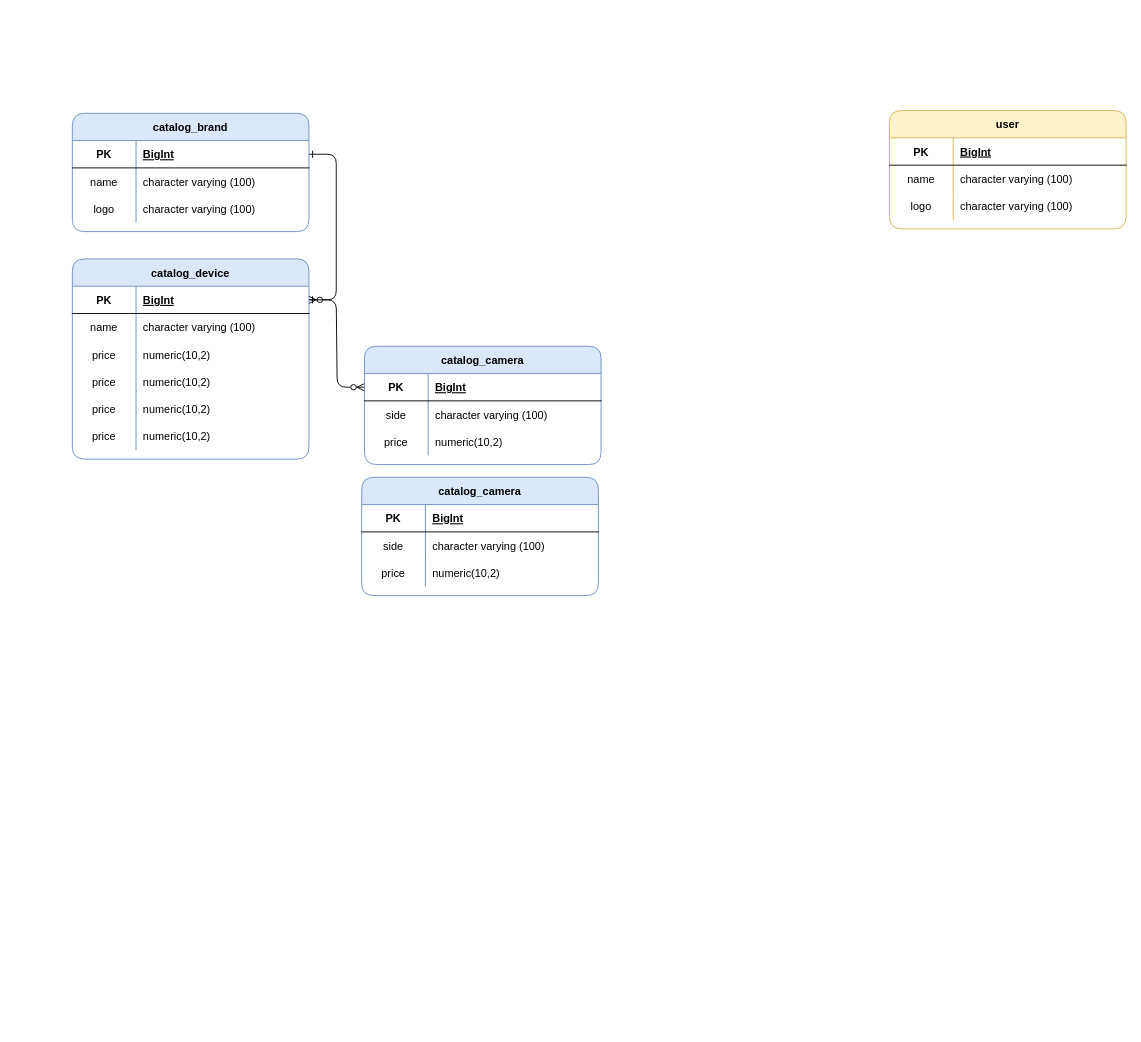
uzmonfire/erds keeps this draw.io diagram as Untitled Diagram.drawio. Above is the earlier version. Source tidied: cells renumbered, new cells numbered last; positions are measured from the earlier drawing's top-left corner, leaving out a move shared by most shapes. Both pictures are drawn from the tidied source at 91%, with x=0, y=0 at pixel (72, 110).
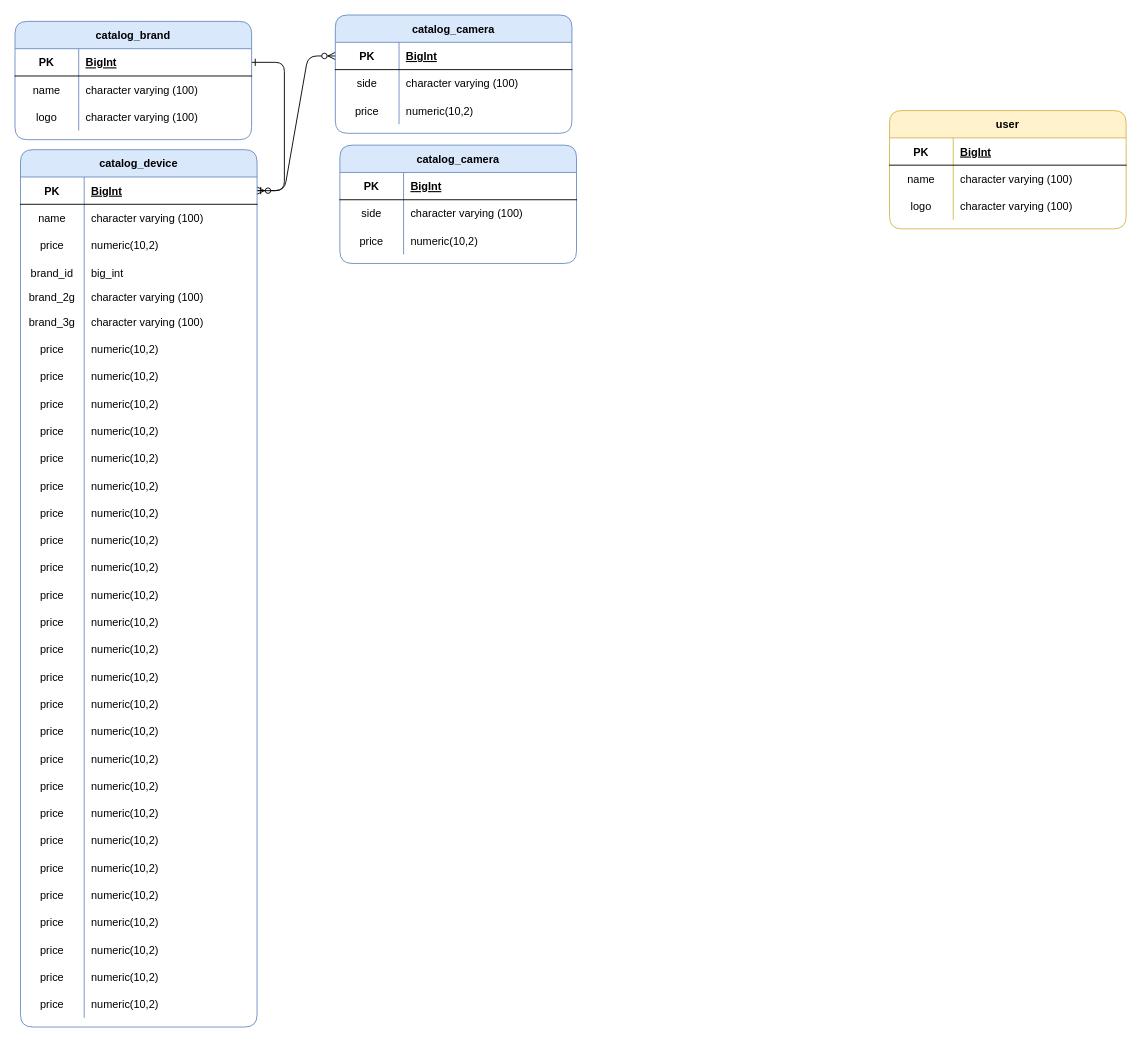
The same diagram, later.

Unchanged cells that the change refers to:
```xml
<mxCell id="24" style="shape=partialRectangle;fillColor=none;top=0;left=0;right=0;bottom=0;" parent="14" vertex="1">
  <mxGeometry y="120" width="260" height="30" as="geometry" />
</mxCell>
```

Diff of the diagram source:
```diff
@@
     <mxCell id="4" value="catalog_brand" style="shape=table;startSize=30;childLayout=tableLayout;rowLines=0;fontStyle=1;align=center;rounded=1;fillColor=#dae8fc;strokeColor=#6c8ebf;" parent="1" vertex="1">
-      <mxGeometry y="3" width="260" height="130" as="geometry" />
+      <mxGeometry x="-63" y="-98" width="260" height="130" as="geometry" />
     </mxCell>
@@
     <mxCell id="14" value="catalog_device" style="shape=table;startSize=30;childLayout=tableLayout;rowLines=0;fontStyle=1;align=center;rounded=1;fillColor=#dae8fc;strokeColor=#6c8ebf;" parent="1" vertex="1">
-      <mxGeometry y="163" width="260" height="220" as="geometry" />
+      <mxGeometry x="-57" y="43" width="260" height="964.1" as="geometry" />
     </mxCell>
@@
-    <mxCell id="25" value="price" style="shape=partialRectangle;overflow=hidden;fillColor=none;top=0;left=0;bottom=0;right=0;" parent="24" vertex="1">
+    <mxCell id="25" value="brand_id" style="shape=partialRectangle;overflow=hidden;fillColor=none;top=0;left=0;bottom=0;right=0;" parent="24" vertex="1">
       <mxGeometry width="70" height="30" as="geometry" />
     </mxCell>
-    <mxCell id="26" value="numeric(10,2)" style="shape=partialRectangle;overflow=hidden;fillColor=none;top=0;left=0;bottom=0;right=0;align=left;spacingLeft=6;" parent="24" vertex="1">
+    <mxCell id="26" value="big_int" style="shape=partialRectangle;overflow=hidden;fillColor=none;top=0;left=0;bottom=0;right=0;align=left;spacingLeft=6;" parent="24" vertex="1">
       <mxGeometry x="70" width="190" height="30" as="geometry" />
     </mxCell>
     <mxCell id="27" style="shape=partialRectangle;fillColor=none;top=0;left=0;right=0;bottom=0;" parent="14" vertex="1">
-      <mxGeometry y="150" width="260" height="30" as="geometry" />
+      <mxGeometry y="150" width="260" height="24" as="geometry" />
     </mxCell>
-    <mxCell id="28" value="price" style="shape=partialRectangle;overflow=hidden;fillColor=none;top=0;left=0;bottom=0;right=0;" parent="27" vertex="1">
-      <mxGeometry width="70" height="30" as="geometry" />
+    <mxCell id="28" value="brand_2g" style="shape=partialRectangle;overflow=hidden;fillColor=none;top=0;left=0;bottom=0;right=0;" parent="27" vertex="1">
+      <mxGeometry width="70" height="24" as="geometry" />
     </mxCell>
-    <mxCell id="29" value="numeric(10,2)" style="shape=partialRectangle;overflow=hidden;fillColor=none;top=0;left=0;bottom=0;right=0;align=left;spacingLeft=6;" parent="27" vertex="1">
-      <mxGeometry x="70" width="190" height="30" as="geometry" />
+    <mxCell id="29" value="character varying (100)" style="shape=partialRectangle;overflow=hidden;fillColor=none;top=0;left=0;bottom=0;right=0;align=left;spacingLeft=6;" parent="27" vertex="1">
+      <mxGeometry x="70" width="190" height="24" as="geometry" />
     </mxCell>
     <mxCell id="30" style="shape=partialRectangle;fillColor=none;top=0;left=0;right=0;bottom=0;" parent="14" vertex="1">
-      <mxGeometry y="180" width="260" height="30" as="geometry" />
+      <mxGeometry y="174" width="260" height="30" as="geometry" />
     </mxCell>
-    <mxCell id="31" value="price" style="shape=partialRectangle;overflow=hidden;fillColor=none;top=0;left=0;bottom=0;right=0;" parent="30" vertex="1">
+    <mxCell id="31" value="brand_3g" style="shape=partialRectangle;overflow=hidden;fillColor=none;top=0;left=0;bottom=0;right=0;" parent="30" vertex="1">
       <mxGeometry width="70" height="30" as="geometry" />
     </mxCell>
-    <mxCell id="32" value="numeric(10,2)" style="shape=partialRectangle;overflow=hidden;fillColor=none;top=0;left=0;bottom=0;right=0;align=left;spacingLeft=6;" parent="30" vertex="1">
+    <mxCell id="32" value="character varying (100)" style="shape=partialRectangle;overflow=hidden;fillColor=none;top=0;left=0;bottom=0;right=0;align=left;spacingLeft=6;" parent="30" vertex="1">
       <mxGeometry x="70" width="190" height="30" as="geometry" />
     </mxCell>
+    <mxCell id="63" style="shape=partialRectangle;fillColor=none;top=0;left=0;right=0;bottom=0;" parent="14" vertex="1">
+      <mxGeometry y="204" width="260" height="30" as="geometry" />
+    </mxCell>
+    <mxCell id="64" value="price" style="shape=partialRectangle;overflow=hidden;fillColor=none;top=0;left=0;bottom=0;right=0;" parent="63" vertex="1">
+      <mxGeometry width="70" height="30" as="geometry" />
+    </mxCell>
+    <mxCell id="65" value="numeric(10,2)" style="shape=partialRectangle;overflow=hidden;fillColor=none;top=0;left=0;bottom=0;right=0;align=left;spacingLeft=6;" parent="63" vertex="1">
+      <mxGeometry x="70" width="190" height="30" as="geometry" />
+    </mxCell>
+    <mxCell id="66" style="shape=partialRectangle;fillColor=none;top=0;left=0;right=0;bottom=0;" parent="14" vertex="1">
+      <mxGeometry y="234" width="260" height="30" as="geometry" />
+    </mxCell>
+    <mxCell id="67" value="price" style="shape=partialRectangle;overflow=hidden;fillColor=none;top=0;left=0;bottom=0;right=0;" parent="66" vertex="1">
+      <mxGeometry width="70" height="30" as="geometry" />
+    </mxCell>
+    <mxCell id="68" value="numeric(10,2)" style="shape=partialRectangle;overflow=hidden;fillColor=none;top=0;left=0;bottom=0;right=0;align=left;spacingLeft=6;" parent="66" vertex="1">
+      <mxGeometry x="70" width="190" height="30" as="geometry" />
+    </mxCell>
+    <mxCell id="69" style="shape=partialRectangle;fillColor=none;top=0;left=0;right=0;bottom=0;" parent="14" vertex="1">
+      <mxGeometry y="264" width="260" height="30" as="geometry" />
+    </mxCell>
+    <mxCell id="70" value="price" style="shape=partialRectangle;overflow=hidden;fillColor=none;top=0;left=0;bottom=0;right=0;" parent="69" vertex="1">
+      <mxGeometry width="70" height="30" as="geometry" />
+    </mxCell>
+    <mxCell id="71" value="numeric(10,2)" style="shape=partialRectangle;overflow=hidden;fillColor=none;top=0;left=0;bottom=0;right=0;align=left;spacingLeft=6;" parent="69" vertex="1">
+      <mxGeometry x="70" width="190" height="30" as="geometry" />
+    </mxCell>
+    <mxCell id="72" style="shape=partialRectangle;fillColor=none;top=0;left=0;right=0;bottom=0;" parent="14" vertex="1">
+      <mxGeometry y="294" width="260" height="30" as="geometry" />
+    </mxCell>
+    <mxCell id="73" value="price" style="shape=partialRectangle;overflow=hidden;fillColor=none;top=0;left=0;bottom=0;right=0;" parent="72" vertex="1">
+      <mxGeometry width="70" height="30" as="geometry" />
+    </mxCell>
+    <mxCell id="74" value="numeric(10,2)" style="shape=partialRectangle;overflow=hidden;fillColor=none;top=0;left=0;bottom=0;right=0;align=left;spacingLeft=6;" parent="72" vertex="1">
+      <mxGeometry x="70" width="190" height="30" as="geometry" />
+    </mxCell>
+    <mxCell id="75" style="shape=partialRectangle;fillColor=none;top=0;left=0;right=0;bottom=0;" parent="14" vertex="1">
+      <mxGeometry y="324" width="260" height="30" as="geometry" />
+    </mxCell>
+    <mxCell id="76" value="price" style="shape=partialRectangle;overflow=hidden;fillColor=none;top=0;left=0;bottom=0;right=0;" parent="75" vertex="1">
+      <mxGeometry width="70" height="30" as="geometry" />
+    </mxCell>
+    <mxCell id="77" value="numeric(10,2)" style="shape=partialRectangle;overflow=hidden;fillColor=none;top=0;left=0;bottom=0;right=0;align=left;spacingLeft=6;" parent="75" vertex="1">
+      <mxGeometry x="70" width="190" height="30" as="geometry" />
+    </mxCell>
+    <mxCell id="78" style="shape=partialRectangle;fillColor=none;top=0;left=0;right=0;bottom=0;" parent="14" vertex="1">
+      <mxGeometry y="354" width="260" height="30" as="geometry" />
+    </mxCell>
+    <mxCell id="79" value="price" style="shape=partialRectangle;overflow=hidden;fillColor=none;top=0;left=0;bottom=0;right=0;" parent="78" vertex="1">
+      <mxGeometry width="70" height="30" as="geometry" />
+    </mxCell>
+    <mxCell id="80" value="numeric(10,2)" style="shape=partialRectangle;overflow=hidden;fillColor=none;top=0;left=0;bottom=0;right=0;align=left;spacingLeft=6;" parent="78" vertex="1">
+      <mxGeometry x="70" width="190" height="30" as="geometry" />
+    </mxCell>
+    <mxCell id="81" style="shape=partialRectangle;fillColor=none;top=0;left=0;right=0;bottom=0;" parent="14" vertex="1">
+      <mxGeometry y="384" width="260" height="30" as="geometry" />
+    </mxCell>
+    <mxCell id="82" value="price" style="shape=partialRectangle;overflow=hidden;fillColor=none;top=0;left=0;bottom=0;right=0;" parent="81" vertex="1">
+      <mxGeometry width="70" height="30" as="geometry" />
+    </mxCell>
+    <mxCell id="83" value="numeric(10,2)" style="shape=partialRectangle;overflow=hidden;fillColor=none;top=0;left=0;bottom=0;right=0;align=left;spacingLeft=6;" parent="81" vertex="1">
+      <mxGeometry x="70" width="190" height="30" as="geometry" />
+    </mxCell>
+    <mxCell id="84" style="shape=partialRectangle;fillColor=none;top=0;left=0;right=0;bottom=0;" parent="14" vertex="1">
+      <mxGeometry y="414" width="260" height="30" as="geometry" />
+    </mxCell>
+    <mxCell id="85" value="price" style="shape=partialRectangle;overflow=hidden;fillColor=none;top=0;left=0;bottom=0;right=0;" parent="84" vertex="1">
+      <mxGeometry width="70" height="30" as="geometry" />
+    </mxCell>
+    <mxCell id="86" value="numeric(10,2)" style="shape=partialRectangle;overflow=hidden;fillColor=none;top=0;left=0;bottom=0;right=0;align=left;spacingLeft=6;" parent="84" vertex="1">
+      <mxGeometry x="70" width="190" height="30" as="geometry" />
+    </mxCell>
+    <mxCell id="87" style="shape=partialRectangle;fillColor=none;top=0;left=0;right=0;bottom=0;" parent="14" vertex="1">
+      <mxGeometry y="444" width="260" height="30" as="geometry" />
+    </mxCell>
+    <mxCell id="88" value="price" style="shape=partialRectangle;overflow=hidden;fillColor=none;top=0;left=0;bottom=0;right=0;" parent="87" vertex="1">
+      <mxGeometry width="70" height="30" as="geometry" />
+    </mxCell>
+    <mxCell id="89" value="numeric(10,2)" style="shape=partialRectangle;overflow=hidden;fillColor=none;top=0;left=0;bottom=0;right=0;align=left;spacingLeft=6;" parent="87" vertex="1">
+      <mxGeometry x="70" width="190" height="30" as="geometry" />
+    </mxCell>
+    <mxCell id="90" style="shape=partialRectangle;fillColor=none;top=0;left=0;right=0;bottom=0;" parent="14" vertex="1">
+      <mxGeometry y="474" width="260" height="30" as="geometry" />
+    </mxCell>
+    <mxCell id="91" value="price" style="shape=partialRectangle;overflow=hidden;fillColor=none;top=0;left=0;bottom=0;right=0;" parent="90" vertex="1">
+      <mxGeometry width="70" height="30" as="geometry" />
+    </mxCell>
+    <mxCell id="92" value="numeric(10,2)" style="shape=partialRectangle;overflow=hidden;fillColor=none;top=0;left=0;bottom=0;right=0;align=left;spacingLeft=6;" parent="90" vertex="1">
+      <mxGeometry x="70" width="190" height="30" as="geometry" />
+    </mxCell>
+    <mxCell id="93" style="shape=partialRectangle;fillColor=none;top=0;left=0;right=0;bottom=0;" parent="14" vertex="1">
+      <mxGeometry y="504" width="260" height="30" as="geometry" />
+    </mxCell>
+    <mxCell id="94" value="price" style="shape=partialRectangle;overflow=hidden;fillColor=none;top=0;left=0;bottom=0;right=0;" parent="93" vertex="1">
+      <mxGeometry width="70" height="30" as="geometry" />
+    </mxCell>
+    <mxCell id="95" value="numeric(10,2)" style="shape=partialRectangle;overflow=hidden;fillColor=none;top=0;left=0;bottom=0;right=0;align=left;spacingLeft=6;" parent="93" vertex="1">
+      <mxGeometry x="70" width="190" height="30" as="geometry" />
+    </mxCell>
+    <mxCell id="96" style="shape=partialRectangle;fillColor=none;top=0;left=0;right=0;bottom=0;" parent="14" vertex="1">
+      <mxGeometry y="534" width="260" height="30" as="geometry" />
+    </mxCell>
+    <mxCell id="97" value="price" style="shape=partialRectangle;overflow=hidden;fillColor=none;top=0;left=0;bottom=0;right=0;" parent="96" vertex="1">
+      <mxGeometry width="70" height="30" as="geometry" />
+    </mxCell>
+    <mxCell id="98" value="numeric(10,2)" style="shape=partialRectangle;overflow=hidden;fillColor=none;top=0;left=0;bottom=0;right=0;align=left;spacingLeft=6;" parent="96" vertex="1">
+      <mxGeometry x="70" width="190" height="30" as="geometry" />
+    </mxCell>
+    <mxCell id="99" style="shape=partialRectangle;fillColor=none;top=0;left=0;right=0;bottom=0;" parent="14" vertex="1">
+      <mxGeometry y="564" width="260" height="30" as="geometry" />
+    </mxCell>
+    <mxCell id="100" value="price" style="shape=partialRectangle;overflow=hidden;fillColor=none;top=0;left=0;bottom=0;right=0;" parent="99" vertex="1">
+      <mxGeometry width="70" height="30" as="geometry" />
+    </mxCell>
+    <mxCell id="101" value="numeric(10,2)" style="shape=partialRectangle;overflow=hidden;fillColor=none;top=0;left=0;bottom=0;right=0;align=left;spacingLeft=6;" parent="99" vertex="1">
+      <mxGeometry x="70" width="190" height="30" as="geometry" />
+    </mxCell>
+    <mxCell id="102" style="shape=partialRectangle;fillColor=none;top=0;left=0;right=0;bottom=0;" parent="14" vertex="1">
+      <mxGeometry y="594" width="260" height="30" as="geometry" />
+    </mxCell>
+    <mxCell id="103" value="price" style="shape=partialRectangle;overflow=hidden;fillColor=none;top=0;left=0;bottom=0;right=0;" parent="102" vertex="1">
+      <mxGeometry width="70" height="30" as="geometry" />
+    </mxCell>
+    <mxCell id="104" value="numeric(10,2)" style="shape=partialRectangle;overflow=hidden;fillColor=none;top=0;left=0;bottom=0;right=0;align=left;spacingLeft=6;" parent="102" vertex="1">
+      <mxGeometry x="70" width="190" height="30" as="geometry" />
+    </mxCell>
+    <mxCell id="105" style="shape=partialRectangle;fillColor=none;top=0;left=0;right=0;bottom=0;" parent="14" vertex="1">
+      <mxGeometry y="624" width="260" height="30" as="geometry" />
+    </mxCell>
+    <mxCell id="106" value="price" style="shape=partialRectangle;overflow=hidden;fillColor=none;top=0;left=0;bottom=0;right=0;" parent="105" vertex="1">
+      <mxGeometry width="70" height="30" as="geometry" />
+    </mxCell>
+    <mxCell id="107" value="numeric(10,2)" style="shape=partialRectangle;overflow=hidden;fillColor=none;top=0;left=0;bottom=0;right=0;align=left;spacingLeft=6;" parent="105" vertex="1">
+      <mxGeometry x="70" width="190" height="30" as="geometry" />
+    </mxCell>
+    <mxCell id="108" style="shape=partialRectangle;fillColor=none;top=0;left=0;right=0;bottom=0;" parent="14" vertex="1">
+      <mxGeometry y="654" width="260" height="30" as="geometry" />
+    </mxCell>
+    <mxCell id="109" value="price" style="shape=partialRectangle;overflow=hidden;fillColor=none;top=0;left=0;bottom=0;right=0;" parent="108" vertex="1">
+      <mxGeometry width="70" height="30" as="geometry" />
+    </mxCell>
+    <mxCell id="110" value="numeric(10,2)" style="shape=partialRectangle;overflow=hidden;fillColor=none;top=0;left=0;bottom=0;right=0;align=left;spacingLeft=6;" parent="108" vertex="1">
+      <mxGeometry x="70" width="190" height="30" as="geometry" />
+    </mxCell>
+    <mxCell id="111" style="shape=partialRectangle;fillColor=none;top=0;left=0;right=0;bottom=0;" parent="14" vertex="1">
+      <mxGeometry y="684" width="260" height="30" as="geometry" />
+    </mxCell>
+    <mxCell id="112" value="price" style="shape=partialRectangle;overflow=hidden;fillColor=none;top=0;left=0;bottom=0;right=0;" parent="111" vertex="1">
+      <mxGeometry width="70" height="30" as="geometry" />
+    </mxCell>
+    <mxCell id="113" value="numeric(10,2)" style="shape=partialRectangle;overflow=hidden;fillColor=none;top=0;left=0;bottom=0;right=0;align=left;spacingLeft=6;" parent="111" vertex="1">
+      <mxGeometry x="70" width="190" height="30" as="geometry" />
+    </mxCell>
+    <mxCell id="114" style="shape=partialRectangle;fillColor=none;top=0;left=0;right=0;bottom=0;" parent="14" vertex="1">
+      <mxGeometry y="714" width="260" height="30" as="geometry" />
+    </mxCell>
+    <mxCell id="115" value="price" style="shape=partialRectangle;overflow=hidden;fillColor=none;top=0;left=0;bottom=0;right=0;" parent="114" vertex="1">
+      <mxGeometry width="70" height="30" as="geometry" />
+    </mxCell>
+    <mxCell id="116" value="numeric(10,2)" style="shape=partialRectangle;overflow=hidden;fillColor=none;top=0;left=0;bottom=0;right=0;align=left;spacingLeft=6;" parent="114" vertex="1">
+      <mxGeometry x="70" width="190" height="30" as="geometry" />
+    </mxCell>
+    <mxCell id="117" style="shape=partialRectangle;fillColor=none;top=0;left=0;right=0;bottom=0;" parent="14" vertex="1">
+      <mxGeometry y="744" width="260" height="30" as="geometry" />
+    </mxCell>
+    <mxCell id="118" value="price" style="shape=partialRectangle;overflow=hidden;fillColor=none;top=0;left=0;bottom=0;right=0;" parent="117" vertex="1">
+      <mxGeometry width="70" height="30" as="geometry" />
+    </mxCell>
+    <mxCell id="119" value="numeric(10,2)" style="shape=partialRectangle;overflow=hidden;fillColor=none;top=0;left=0;bottom=0;right=0;align=left;spacingLeft=6;" parent="117" vertex="1">
+      <mxGeometry x="70" width="190" height="30" as="geometry" />
+    </mxCell>
+    <mxCell id="120" style="shape=partialRectangle;fillColor=none;top=0;left=0;right=0;bottom=0;" parent="14" vertex="1">
+      <mxGeometry y="774" width="260" height="30" as="geometry" />
+    </mxCell>
+    <mxCell id="121" value="price" style="shape=partialRectangle;overflow=hidden;fillColor=none;top=0;left=0;bottom=0;right=0;" parent="120" vertex="1">
+      <mxGeometry width="70" height="30" as="geometry" />
+    </mxCell>
+    <mxCell id="122" value="numeric(10,2)" style="shape=partialRectangle;overflow=hidden;fillColor=none;top=0;left=0;bottom=0;right=0;align=left;spacingLeft=6;" parent="120" vertex="1">
+      <mxGeometry x="70" width="190" height="30" as="geometry" />
+    </mxCell>
+    <mxCell id="123" style="shape=partialRectangle;fillColor=none;top=0;left=0;right=0;bottom=0;" parent="14" vertex="1">
+      <mxGeometry y="804" width="260" height="30" as="geometry" />
+    </mxCell>
+    <mxCell id="124" value="price" style="shape=partialRectangle;overflow=hidden;fillColor=none;top=0;left=0;bottom=0;right=0;" parent="123" vertex="1">
+      <mxGeometry width="70" height="30" as="geometry" />
+    </mxCell>
+    <mxCell id="125" value="numeric(10,2)" style="shape=partialRectangle;overflow=hidden;fillColor=none;top=0;left=0;bottom=0;right=0;align=left;spacingLeft=6;" parent="123" vertex="1">
+      <mxGeometry x="70" width="190" height="30" as="geometry" />
+    </mxCell>
+    <mxCell id="126" style="shape=partialRectangle;fillColor=none;top=0;left=0;right=0;bottom=0;" parent="14" vertex="1">
+      <mxGeometry y="834" width="260" height="30" as="geometry" />
+    </mxCell>
+    <mxCell id="127" value="price" style="shape=partialRectangle;overflow=hidden;fillColor=none;top=0;left=0;bottom=0;right=0;" parent="126" vertex="1">
+      <mxGeometry width="70" height="30" as="geometry" />
+    </mxCell>
+    <mxCell id="128" value="numeric(10,2)" style="shape=partialRectangle;overflow=hidden;fillColor=none;top=0;left=0;bottom=0;right=0;align=left;spacingLeft=6;" parent="126" vertex="1">
+      <mxGeometry x="70" width="190" height="30" as="geometry" />
+    </mxCell>
+    <mxCell id="129" style="shape=partialRectangle;fillColor=none;top=0;left=0;right=0;bottom=0;" parent="14" vertex="1">
+      <mxGeometry y="864" width="260" height="30" as="geometry" />
+    </mxCell>
+    <mxCell id="130" value="price" style="shape=partialRectangle;overflow=hidden;fillColor=none;top=0;left=0;bottom=0;right=0;" parent="129" vertex="1">
+      <mxGeometry width="70" height="30" as="geometry" />
+    </mxCell>
+    <mxCell id="131" value="numeric(10,2)" style="shape=partialRectangle;overflow=hidden;fillColor=none;top=0;left=0;bottom=0;right=0;align=left;spacingLeft=6;" parent="129" vertex="1">
+      <mxGeometry x="70" width="190" height="30" as="geometry" />
+    </mxCell>
+    <mxCell id="132" style="shape=partialRectangle;fillColor=none;top=0;left=0;right=0;bottom=0;" parent="14" vertex="1">
+      <mxGeometry y="894" width="260" height="30" as="geometry" />
+    </mxCell>
+    <mxCell id="133" value="price" style="shape=partialRectangle;overflow=hidden;fillColor=none;top=0;left=0;bottom=0;right=0;" parent="132" vertex="1">
+      <mxGeometry width="70" height="30" as="geometry" />
+    </mxCell>
+    <mxCell id="134" value="numeric(10,2)" style="shape=partialRectangle;overflow=hidden;fillColor=none;top=0;left=0;bottom=0;right=0;align=left;spacingLeft=6;" parent="132" vertex="1">
+      <mxGeometry x="70" width="190" height="30" as="geometry" />
+    </mxCell>
+    <mxCell id="135" style="shape=partialRectangle;fillColor=none;top=0;left=0;right=0;bottom=0;" parent="14" vertex="1">
+      <mxGeometry y="924" width="260" height="30" as="geometry" />
+    </mxCell>
+    <mxCell id="136" value="price" style="shape=partialRectangle;overflow=hidden;fillColor=none;top=0;left=0;bottom=0;right=0;" parent="135" vertex="1">
+      <mxGeometry width="70" height="30" as="geometry" />
+    </mxCell>
+    <mxCell id="137" value="numeric(10,2)" style="shape=partialRectangle;overflow=hidden;fillColor=none;top=0;left=0;bottom=0;right=0;align=left;spacingLeft=6;" parent="135" vertex="1">
+      <mxGeometry x="70" width="190" height="30" as="geometry" />
+    </mxCell>
     <mxCell id="33" value="catalog_camera" style="shape=table;startSize=30;childLayout=tableLayout;rowLines=0;fontStyle=1;align=center;rounded=1;fillColor=#dae8fc;strokeColor=#6c8ebf;" parent="1" vertex="1">
-      <mxGeometry x="321" y="259" width="260" height="130" as="geometry" />
+      <mxGeometry x="289" y="-105" width="260" height="130" as="geometry" />
     </mxCell>
@@
     <mxCell id="43" value="catalog_camera" style="shape=table;startSize=30;childLayout=tableLayout;rowLines=0;fontStyle=1;align=center;rounded=1;fillColor=#dae8fc;strokeColor=#6c8ebf;" parent="1" vertex="1">
-      <mxGeometry x="318" y="403" width="260" height="130" as="geometry" />
+      <mxGeometry x="294" y="38" width="260" height="130" as="geometry" />
     </mxCell>
```
